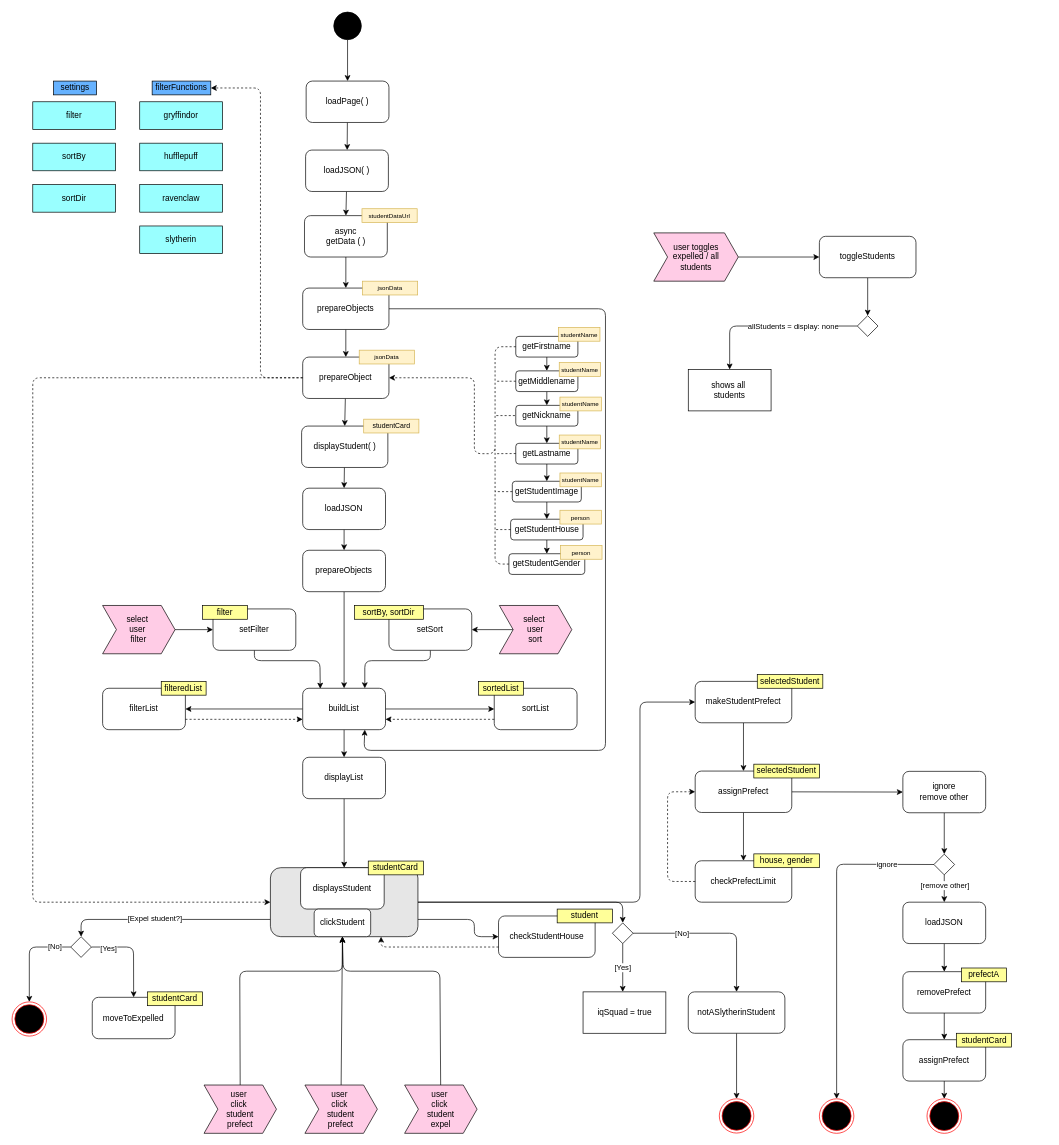
Above: filter_and_sorting.drawio in TheFred94/hacked_hogwarts_student_list (draw.io), before the change. Source tidied: cells renumbered, new cells numbered last; positions are measured from the earlier drawing's top-left corner, leaving out a move shared by most shapes. Both pictures are drawn from the tidied source at 69%, with x=0, y=0 at pixel (12, 12).
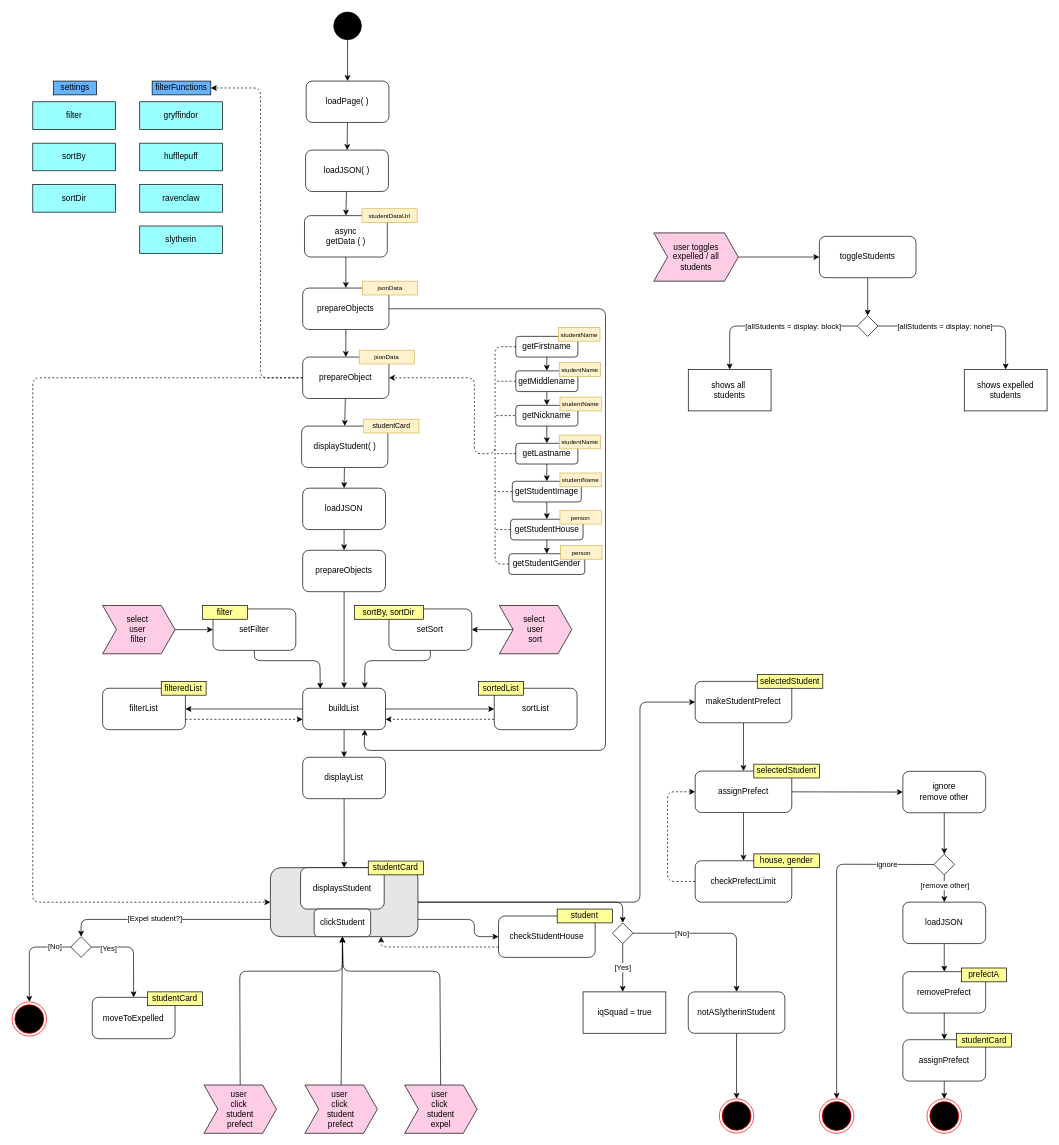
The same page after the edit.

The change refers to these unchanged cells:
```xml
<mxCell id="150" style="edgeStyle=none;html=1;entryX=0.5;entryY=0;entryDx=0;entryDy=0;" parent="1" edge="1" source="152" target="153">
  <mxGeometry relative="1" as="geometry">
    <Array as="points">
      <mxPoint x="1040" y="455" />
    </Array>
  </mxGeometry>
</mxCell>
<mxCell id="152" style="rhombus;whiteSpace=wrap;html=1;fillColor=none;" parent="1" vertex="1">
  <mxGeometry x="1225" y="440" width="30" height="30" as="geometry" />
</mxCell>
```

What changed in the source:
```diff
@@
-    <mxCell id="151" value="allStudents = display: none" style="edgeLabel;html=1;align=center;verticalAlign=middle;" parent="150" vertex="1">
+    <mxCell id="151" value="[allStudents = display: block]" style="edgeLabel;html=1;align=center;verticalAlign=middle;" parent="150" vertex="1">
       <mxGeometry x="-0.21" y="1" relative="1" as="geometry">
         <mxPoint x="4" y="-1" as="offset" />
       </mxGeometry>
     </mxCell>
+    <mxCell id="154" style="edgeStyle=none;html=1;entryX=0.5;entryY=0;entryDx=0;entryDy=0;" parent="1" edge="1" source="152" target="156">
+      <mxGeometry relative="1" as="geometry">
+        <Array as="points">
+          <mxPoint x="1440" y="455" />
+        </Array>
+      </mxGeometry>
+    </mxCell>
+    <mxCell id="155" value="[allStudents = display: none]" style="edgeLabel;html=1;align=center;verticalAlign=middle;" parent="154" vertex="1">
+      <mxGeometry x="-0.34" y="-4" relative="1" as="geometry">
+        <mxPoint x="14" y="-4" as="offset" />
+      </mxGeometry>
+    </mxCell>
@@
+    <mxCell id="156" value="shows expelled&lt;br&gt;students" style="rounded=0;whiteSpace=wrap;html=1;" parent="1" vertex="1">
+      <mxGeometry x="1380" y="518" width="120" height="60" as="geometry" />
+    </mxCell>
```
